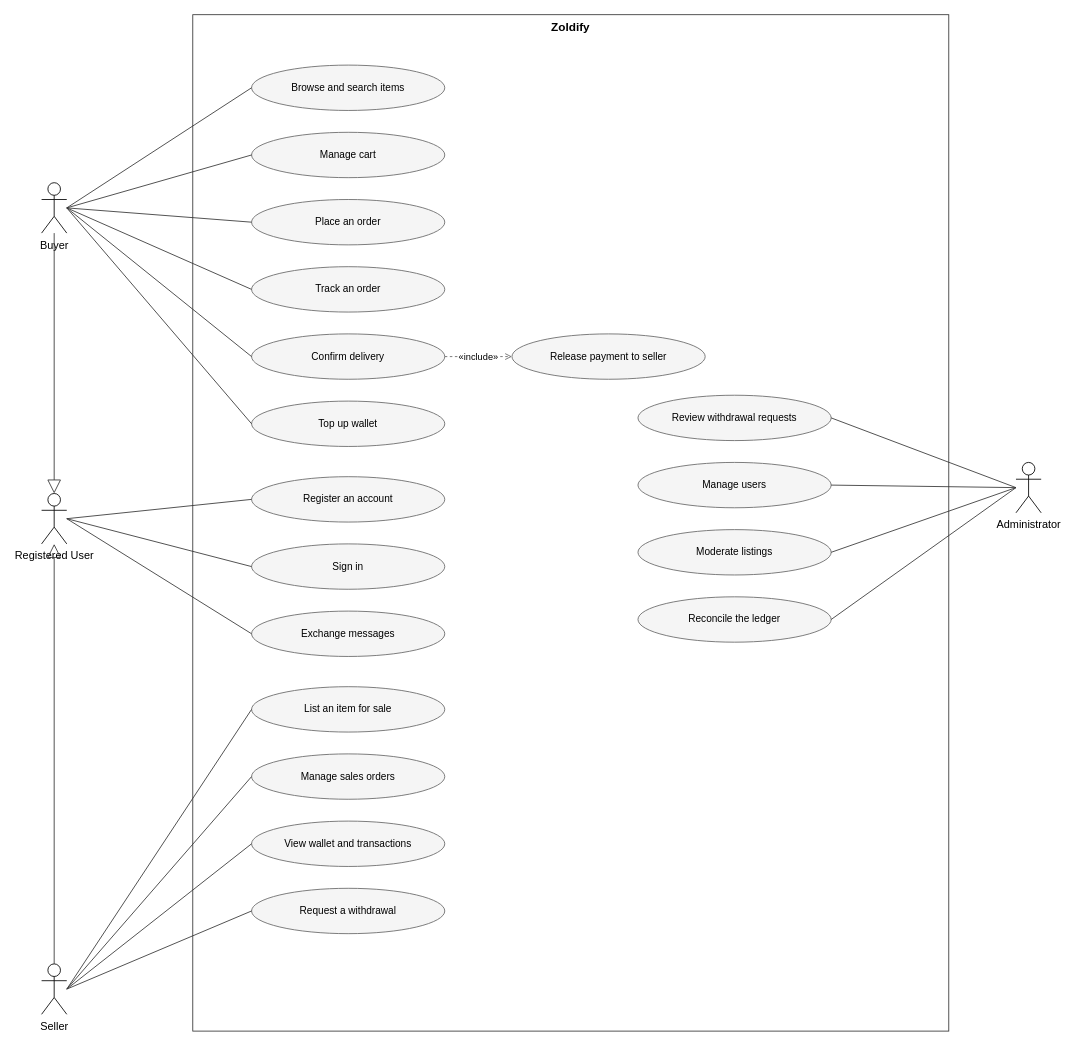
Earlier version of the draw.io diagram docs/system-design/drawio/05-use-case-diagram.drawio (tdat-dev/Zoldify_Backend). Source tidied: cells renumbered, new cells numbered last; positions are measured from the earlier drawing's top-left corner, leaving out a move shared by most shapes. Both pictures are drawn from the tidied source at 84%, with x=0, y=0 at pixel (41, 14).
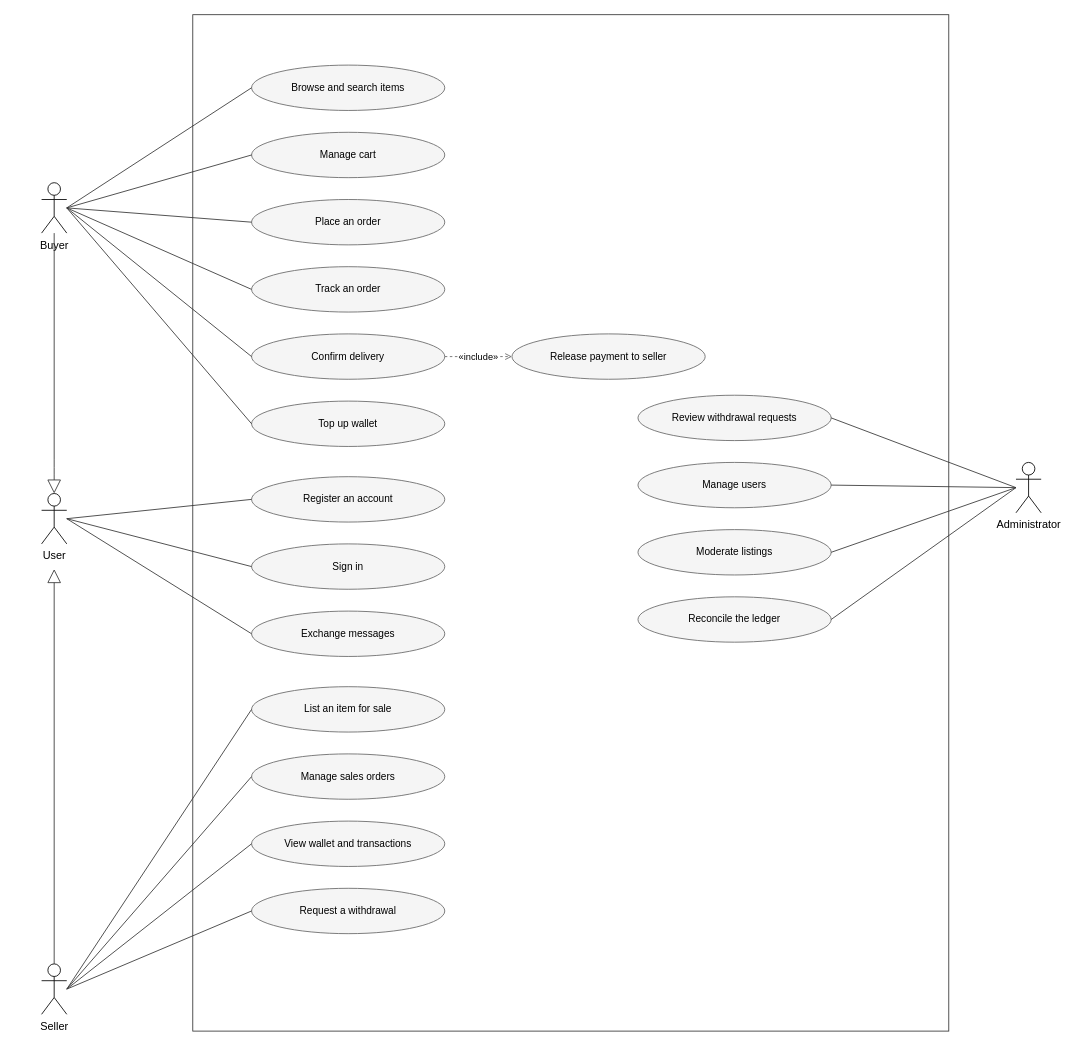
Above is the later version.

Commit message (it also covers changes not shown here):
docs: add system design use case and activity diagrams

The change refers to these unchanged cells:
```xml
<mxCell id="2" value="Buyer" style="shape=umlActor;verticalLabelPosition=bottom;verticalAlign=top;html=1;outlineConnect=0;fontSize=13;" parent="1" vertex="1">
  <mxGeometry y="200" width="30" height="60" as="geometry" />
</mxCell>
<mxCell id="4" value="Seller" style="shape=umlActor;verticalLabelPosition=bottom;verticalAlign=top;html=1;outlineConnect=0;fontSize=13;" parent="1" vertex="1">
  <mxGeometry y="1130" width="30" height="60" as="geometry" />
</mxCell>
```

The edit, as a diff of the source:
```diff
@@
-    <mxCell id="3" value="Registered User" style="shape=umlActor;verticalLabelPosition=bottom;verticalAlign=top;html=1;outlineConnect=0;fontSize=13;" parent="1" vertex="1">
+    <mxCell id="3" value="User" style="shape=umlActor;verticalLabelPosition=bottom;verticalAlign=top;html=1;outlineConnect=0;fontSize=13;" parent="1" vertex="1">
       <mxGeometry y="570" width="30" height="60" as="geometry" />
     </mxCell>
@@
-    <mxCell id="6" value="Zoldify" style="rounded=0;whiteSpace=wrap;html=1;verticalAlign=top;fillColor=none;strokeColor=#333333;fontSize=14;fontStyle=1;" parent="1" vertex="1">
+    <mxCell id="6" value="&amp;nbsp; &amp;nbsp; &amp;nbsp; &amp;nbsp; &amp;nbsp; &amp;nbsp;&amp;nbsp; " style="rounded=0;whiteSpace=wrap;html=1;verticalAlign=top;fillColor=none;strokeColor=#333333;fontSize=14;fontStyle=1;" parent="1" vertex="1">
       <mxGeometry x="180" width="900" height="1210" as="geometry" />
     </mxCell>
@@
     <mxCell id="42" style="endArrow=block;endFill=0;endSize=14;html=1;strokeColor=#333333;exitX=0.5;exitY=1;exitDx=0;exitDy=0;entryX=0.5;entryY=0;entryDx=0;entryDy=0;" parent="1" edge="1" source="2" target="3">
-      <mxGeometry relative="1" as="geometry" />
+      <mxGeometry relative="1" as="geometry">
+        <Array as="points">
+          <mxPoint x="15" y="540" />
+        </Array>
+      </mxGeometry>
     </mxCell>
-    <mxCell id="43" style="endArrow=block;endFill=0;endSize=14;html=1;strokeColor=#333333;exitX=0.5;exitY=0;exitDx=0;exitDy=0;entryX=0.5;entryY=1;entryDx=0;entryDy=0;" parent="1" edge="1" source="4" target="3">
-      <mxGeometry relative="1" as="geometry" />
+    <mxCell id="43" style="endArrow=block;endFill=0;endSize=14;html=1;strokeColor=#333333;exitX=0.5;exitY=0;exitDx=0;exitDy=0;" parent="1" edge="1" source="4">
+      <mxGeometry relative="1" as="geometry">
+        <mxPoint x="15" y="660" as="targetPoint" />
+      </mxGeometry>
     </mxCell>
```
